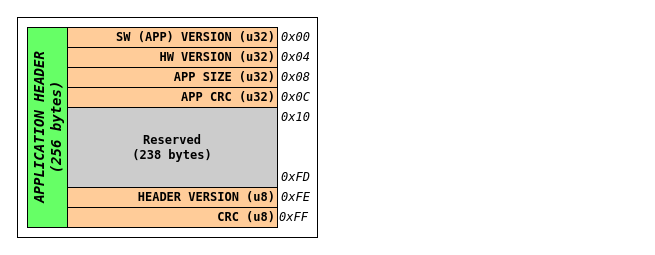
The draw.io diagram doc/Revision_drawings.drawio in GeneralEmbeddedCLibraries/revision, before the edit. Source tidied: cells renumbered, new cells numbered last; positions are measured from the earlier drawing's top-left corner, leaving out a move shared by most shapes. Both pictures are drawn from the tidied source at 100%, with x=0, y=0 at pixel (17, 17).
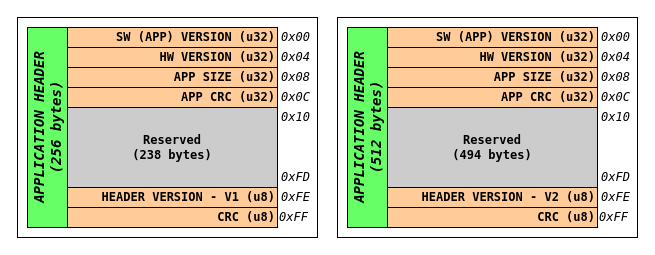
After the change.

Commit message (it also covers changes not shown here):
- added new files of header layout - updated drawings - updated readme

The edit, as a diff of the source:
```diff
@@
-    <mxCell id="4" value="HEADER VERSION (u8)" style="rounded=0;whiteSpace=wrap;html=1;strokeWidth=1;fontFamily=Lucida Console;fillColor=#FFCC99;fontStyle=1;align=right;" parent="1" vertex="1">
+    <mxCell id="4" value="HEADER VERSION - V1 (u8)" style="rounded=0;whiteSpace=wrap;html=1;strokeWidth=1;fontFamily=Lucida Console;fillColor=#FFCC99;fontStyle=1;align=right;" parent="1" vertex="1">
       <mxGeometry x="50" y="170" width="210" height="20" as="geometry" />
     </mxCell>
@@
+    <mxCell id="19" style="rounded=0;whiteSpace=wrap;html=1;" parent="1" vertex="1">
+      <mxGeometry x="320" width="300" height="220" as="geometry" />
+    </mxCell>
+    <mxCell id="20" value="APPLICATION HEADER&lt;br&gt;(512 bytes)" style="rounded=0;whiteSpace=wrap;html=1;strokeWidth=1;horizontal=0;fontStyle=3;fillColor=#66FF66;fontSize=14;fontFamily=Lucida Console;" parent="1" vertex="1">
+      <mxGeometry x="330" y="10" width="40" height="200" as="geometry" />
+    </mxCell>
+    <mxCell id="21" value="HEADER VERSION - V2 (u8)" style="rounded=0;whiteSpace=wrap;html=1;strokeWidth=1;fontFamily=Lucida Console;fillColor=#FFCC99;fontStyle=1;align=right;" parent="1" vertex="1">
+      <mxGeometry x="370" y="170" width="210" height="20" as="geometry" />
+    </mxCell>
+    <mxCell id="22" value="SW (APP) VERSION (u32)" style="rounded=0;whiteSpace=wrap;html=1;strokeWidth=1;fontFamily=Lucida Console;fillColor=#FFCC99;fontStyle=1;align=right;" parent="1" vertex="1">
+      <mxGeometry x="370" y="10" width="210" height="20" as="geometry" />
+    </mxCell>
+    <mxCell id="23" value="HW VERSION (u32)" style="rounded=0;whiteSpace=wrap;html=1;strokeWidth=1;fontFamily=Lucida Console;fillColor=#FFCC99;fontStyle=1;align=right;" parent="1" vertex="1">
+      <mxGeometry x="370" y="30" width="210" height="20" as="geometry" />
+    </mxCell>
+    <mxCell id="24" value="APP SIZE (u32)" style="rounded=0;whiteSpace=wrap;html=1;strokeWidth=1;fontFamily=Lucida Console;fillColor=#FFCC99;fontStyle=1;align=right;" parent="1" vertex="1">
+      <mxGeometry x="370" y="50" width="210" height="20" as="geometry" />
+    </mxCell>
+    <mxCell id="25" value="0x00" style="text;html=1;strokeColor=none;fillColor=none;align=left;verticalAlign=middle;whiteSpace=wrap;rounded=0;strokeWidth=3;fontFamily=Lucida Console;fontStyle=2;" parent="1" vertex="1">
+      <mxGeometry x="582" y="10" width="38" height="20" as="geometry" />
+    </mxCell>
+    <mxCell id="26" value="0x04" style="text;html=1;strokeColor=none;fillColor=none;align=left;verticalAlign=middle;whiteSpace=wrap;rounded=0;strokeWidth=3;fontFamily=Lucida Console;fontStyle=2;" parent="1" vertex="1">
+      <mxGeometry x="582" y="30" width="38" height="20" as="geometry" />
+    </mxCell>
+    <mxCell id="27" value="0x08" style="text;html=1;strokeColor=none;fillColor=none;align=left;verticalAlign=middle;whiteSpace=wrap;rounded=0;strokeWidth=3;fontFamily=Lucida Console;fontStyle=2;" parent="1" vertex="1">
+      <mxGeometry x="582" y="50" width="38" height="20" as="geometry" />
+    </mxCell>
+    <mxCell id="28" value="0x0C" style="text;html=1;strokeColor=none;fillColor=none;align=left;verticalAlign=middle;whiteSpace=wrap;rounded=0;strokeWidth=3;fontFamily=Lucida Console;fontStyle=2;" parent="1" vertex="1">
+      <mxGeometry x="582" y="70" width="38" height="20" as="geometry" />
+    </mxCell>
+    <mxCell id="29" value="CRC (u8)" style="rounded=0;whiteSpace=wrap;html=1;strokeWidth=1;fontFamily=Lucida Console;fillColor=#FFCC99;fontStyle=1;align=right;" parent="1" vertex="1">
+      <mxGeometry x="370" y="190" width="210" height="20" as="geometry" />
+    </mxCell>
+    <mxCell id="30" value="0xFF" style="text;html=1;strokeColor=none;fillColor=none;align=left;verticalAlign=middle;whiteSpace=wrap;rounded=0;strokeWidth=3;fontFamily=Lucida Console;fontStyle=2;" parent="1" vertex="1">
+      <mxGeometry x="580" y="190" width="40" height="20" as="geometry" />
+    </mxCell>
+    <mxCell id="31" value="Reserved&lt;br&gt;(494 bytes)" style="rounded=0;whiteSpace=wrap;html=1;strokeWidth=1;fontFamily=Lucida Console;fillColor=#CCCCCC;fontStyle=1;" parent="1" vertex="1">
+      <mxGeometry x="370" y="90" width="210" height="80" as="geometry" />
+    </mxCell>
+    <mxCell id="32" value="APP CRC (u32)" style="rounded=0;whiteSpace=wrap;html=1;strokeWidth=1;fontFamily=Lucida Console;fillColor=#FFCC99;fontStyle=1;align=right;" parent="1" vertex="1">
+      <mxGeometry x="370" y="70" width="210" height="20" as="geometry" />
+    </mxCell>
+    <mxCell id="33" value="0xFE" style="text;html=1;strokeColor=none;fillColor=none;align=left;verticalAlign=middle;whiteSpace=wrap;rounded=0;strokeWidth=3;fontFamily=Lucida Console;fontStyle=2;" parent="1" vertex="1">
+      <mxGeometry x="582" y="170" width="38" height="20" as="geometry" />
+    </mxCell>
+    <mxCell id="34" value="0x10" style="text;html=1;strokeColor=none;fillColor=none;align=left;verticalAlign=middle;whiteSpace=wrap;rounded=0;strokeWidth=3;fontFamily=Lucida Console;fontStyle=2;" parent="1" vertex="1">
+      <mxGeometry x="582" y="90" width="38" height="20" as="geometry" />
+    </mxCell>
+    <mxCell id="35" value="0xFD" style="text;html=1;strokeColor=none;fillColor=none;align=left;verticalAlign=middle;whiteSpace=wrap;rounded=0;strokeWidth=3;fontFamily=Lucida Console;fontStyle=2;" parent="1" vertex="1">
+      <mxGeometry x="582" y="150" width="38" height="20" as="geometry" />
+    </mxCell>
```
